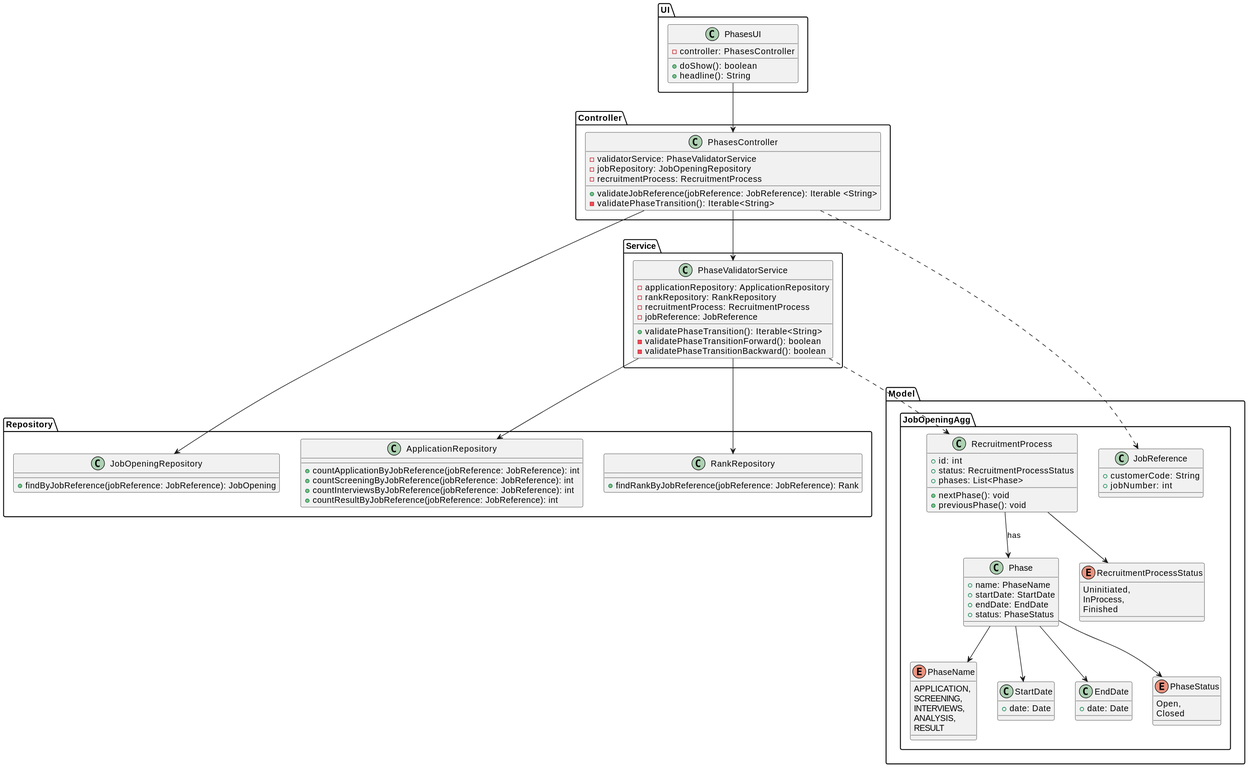
Earlier version of the PlantUML export docs/sprintC/US1010/03.design/svg/CD.svg (Mendoncaa/LAPR4).
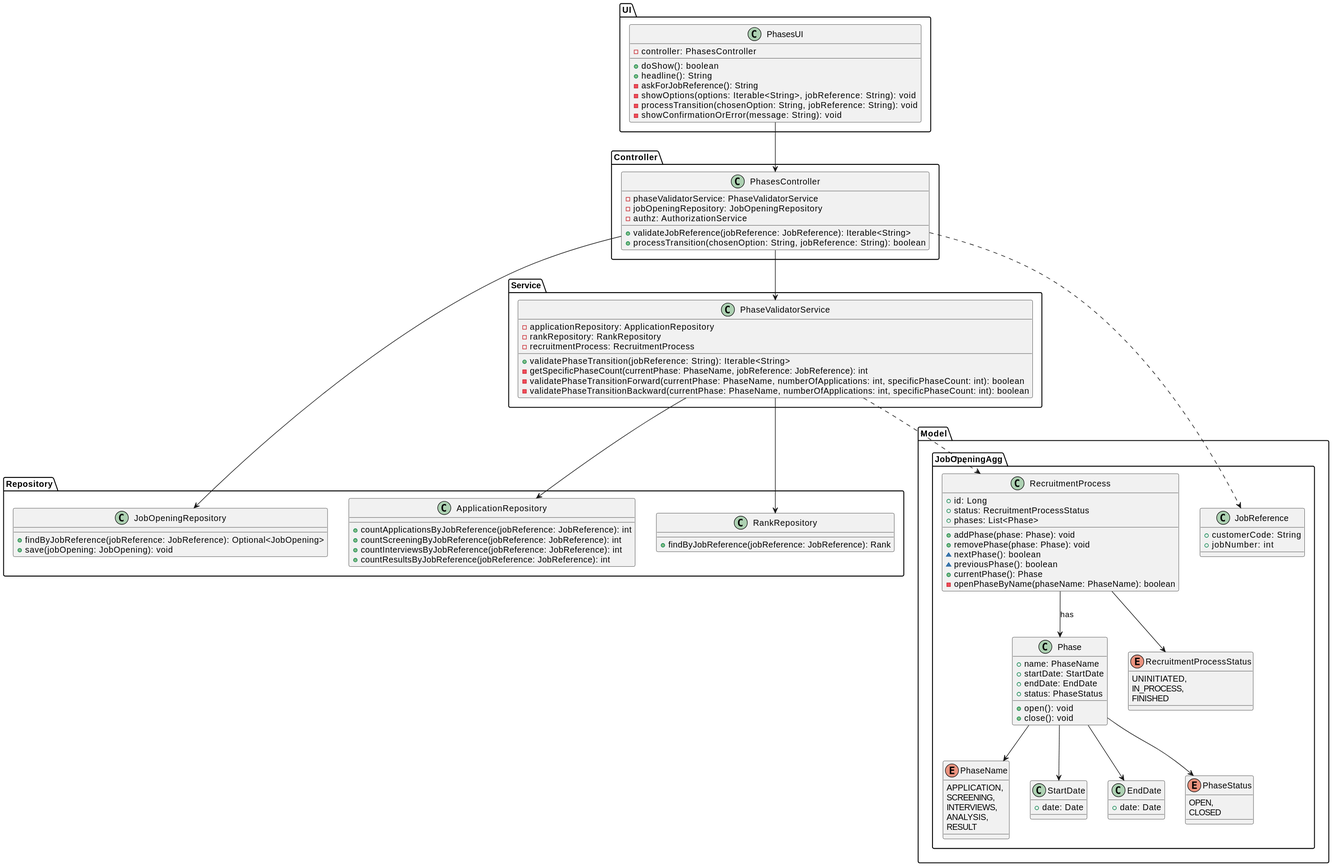
Later version of the same file.

Diff of the diagram source:
```diff
@@ -1,11 +1,11 @@
 @startuml
 package Controller {
     class PhasesController {
-        - validatorService: PhaseValidatorService
-        - jobRepository: JobOpeningRepository
-        - recruitmentProcess: RecruitmentProcess
-        + validateJobReference(jobReference: JobReference): Iterable <String>
-        - validatePhaseTransition(): Iterable<String>
+        - phaseValidatorService: PhaseValidatorService
+        - jobOpeningRepository: JobOpeningRepository
+        - authz: AuthorizationService
+        + validateJobReference(jobReference: JobReference): Iterable<String>
+        + processTransition(chosenOption: String, jobReference: String): boolean
     }
 }
 
@@ -14,27 +14,28 @@
         - applicationRepository: ApplicationRepository
         - rankRepository: RankRepository
         - recruitmentProcess: RecruitmentProcess
-        - jobReference: JobReference
-        + validatePhaseTransition(): Iterable<String>
-        - validatePhaseTransitionForward(): boolean
-        - validatePhaseTransitionBackward(): boolean
+        + validatePhaseTransition(jobReference: String): Iterable<String>
+        - getSpecificPhaseCount(currentPhase: PhaseName, jobReference: JobReference): int
+        - validatePhaseTransitionForward(currentPhase: PhaseName, numberOfApplications: int, specificPhaseCount: int): boolean
+        - validatePhaseTransitionBackward(currentPhase: PhaseName, numberOfApplications: int, specificPhaseCount: int): boolean
     }
 }
 
 package Repository {
     class JobOpeningRepository {
-        + findByJobReference(jobReference: JobReference): JobOpening
+        + findByJobReference(jobReference: JobReference): Optional<JobOpening>
+        + save(jobOpening: JobOpening): void
     }
 
     class ApplicationRepository {
-        + countApplicationByJobReference(jobReference: JobReference): int
+        + countApplicationsByJobReference(jobReference: JobReference): int
         + countScreeningByJobReference(jobReference: JobReference): int
         + countInterviewsByJobReference(jobReference: JobReference): int
-        + countResultByJobReference(jobReference: JobReference): int
+        + countResultsByJobReference(jobReference: JobReference): int
     }
 
     class RankRepository {
-        + findRankByJobReference(jobReference: JobReference): Rank
+        + findByJobReference(jobReference: JobReference): Rank
     }
 }
 
@@ -48,18 +49,24 @@
         }
 
         class RecruitmentProcess {
-            +id: int
-            +status: RecruitmentProcessStatus
-            +phases: List<Phase>
-            + nextPhase(): void
-            + previousPhase(): void
+            + id: Long
+            + status: RecruitmentProcessStatus
+            + phases: List<Phase>
+            + addPhase(phase: Phase): void
+            + removePhase(phase: Phase): void
+            ~ nextPhase(): boolean
+            ~ previousPhase(): boolean
+            + currentPhase(): Phase
+            - openPhaseByName(phaseName: PhaseName): boolean
         }
 
         class Phase {
-            +name: PhaseName
-            +startDate: StartDate
-            +endDate: EndDate
-            +status: PhaseStatus
+            + name: PhaseName
+            + startDate: StartDate
+            + endDate: EndDate
+            + status: PhaseStatus
+            + open(): void
+            + close(): void
         }
 
         enum PhaseName {
@@ -71,22 +78,22 @@
         }
 
         class StartDate {
-            +date: Date
+            + date: Date
         }
 
         class EndDate {
-            +date: Date
+            + date: Date
         }
 
         enum PhaseStatus {
-            Open,
-            Closed
+            OPEN,
+            CLOSED
         }
 
         enum RecruitmentProcessStatus {
-            Uninitiated,
-            InProcess,
-            Finished
+            UNINITIATED,
+            IN_PROCESS,
+            FINISHED
         }
     }
 }
@@ -96,6 +103,10 @@
         - controller: PhasesController
         + doShow(): boolean
         + headline(): String
+        - askForJobReference(): String
+        - showOptions(options: Iterable<String>, jobReference: String): void
+        - processTransition(chosenOption: String, jobReference: String): void
+        - showConfirmationOrError(message: String): void
     }
 }
 
```
